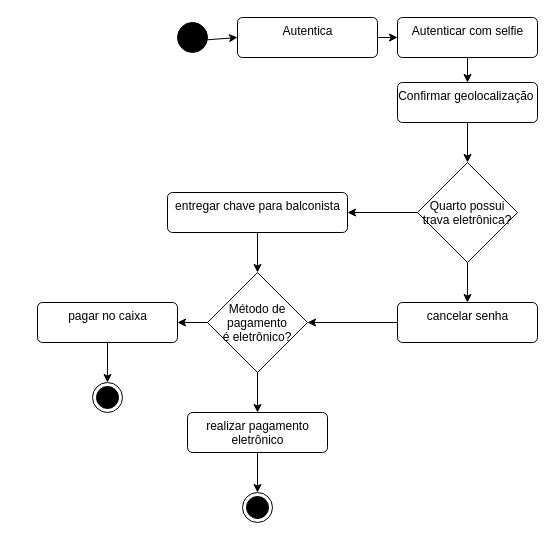
Above: diagramas/atividade/atividade_check_out.drawio in Marco-ACosta/trabalho_hotelaria (draw.io), before the change. Source tidied: cells renumbered, new cells numbered last; positions are measured from the earlier drawing's top-left corner, leaving out a move shared by most shapes. Both pictures are drawn from the tidied source at 100%, with x=0, y=0 at pixel (37, 17).
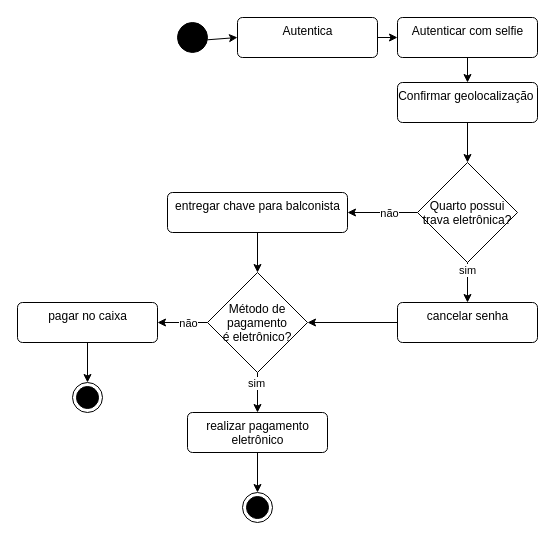
After the change.

The change refers to these unchanged cells:
```xml
<mxCell id="10" style="edgeStyle=none;html=1;" parent="1" edge="1" source="12" target="16">
  <mxGeometry relative="1" as="geometry" />
</mxCell>
<mxCell id="11" style="edgeStyle=none;html=1;" parent="1" edge="1" source="12" target="14">
  <mxGeometry relative="1" as="geometry" />
</mxCell>
<mxCell id="18" style="edgeStyle=none;html=1;" parent="1" edge="1" source="19" target="23">
  <mxGeometry relative="1" as="geometry" />
</mxCell>
<mxCell id="19" value="Método de &#10;pagamento &#10;é eletrônico?" style="rhombus;" parent="1" vertex="1">
  <mxGeometry x="170" y="255" width="100" height="100" as="geometry" />
</mxCell>
<mxCell id="21" value="realizar pagamento&lt;br&gt;eletrônico" style="html=1;align=center;verticalAlign=top;rounded=1;absoluteArcSize=1;arcSize=10;dashed=0;fillColor=none;" parent="1" vertex="1">
  <mxGeometry x="150" y="395" width="140" height="40" as="geometry" />
</mxCell>
```

The edit, as a diff of the source:
```diff
@@
+    <mxCell id="26" value="não" style="edgeLabel;html=1;align=center;verticalAlign=middle;" parent="10" vertex="1">
+      <mxGeometry x="-0.17" relative="1" as="geometry" />
+    </mxCell>
@@
+    <mxCell id="27" value="sim" style="edgeLabel;html=1;align=center;verticalAlign=middle;" parent="11" vertex="1">
+      <mxGeometry x="-0.67" y="-1" relative="1" as="geometry" />
+    </mxCell>
@@
-    <mxCell id="17" style="edgeStyle=none;html=1;" parent="1" edge="1" source="19" target="21">
-      <mxGeometry relative="1" as="geometry" />
+    <mxCell id="17" style="edgeStyle=none;html=1;" parent="1" edge="1" target="21">
+      <mxGeometry relative="1" as="geometry">
+        <mxPoint x="220" y="355" as="sourcePoint" />
+      </mxGeometry>
     </mxCell>
+    <mxCell id="28" value="sim" style="edgeLabel;html=1;align=center;verticalAlign=middle;" parent="17" vertex="1">
+      <mxGeometry x="-0.49" y="-2" relative="1" as="geometry" />
+    </mxCell>
@@
+    <mxCell id="29" value="não" style="edgeLabel;html=1;align=center;verticalAlign=middle;" parent="18" vertex="1">
+      <mxGeometry x="0.36" relative="1" as="geometry">
+        <mxPoint x="14" as="offset" />
+      </mxGeometry>
+    </mxCell>
@@
     <mxCell id="23" value="pagar no caixa" style="html=1;align=center;verticalAlign=top;rounded=1;absoluteArcSize=1;arcSize=10;dashed=0;fillColor=none;" parent="1" vertex="1">
-      <mxGeometry y="285" width="140" height="40" as="geometry" />
+      <mxGeometry x="-20" y="285" width="140" height="40" as="geometry" />
     </mxCell>
@@
     <mxCell id="25" style="ellipse;html=1;shape=endState;fillColor=strokeColor;" parent="1" vertex="1">
-      <mxGeometry x="55" y="365" width="30" height="30" as="geometry" />
+      <mxGeometry x="35" y="365" width="30" height="30" as="geometry" />
     </mxCell>
```
